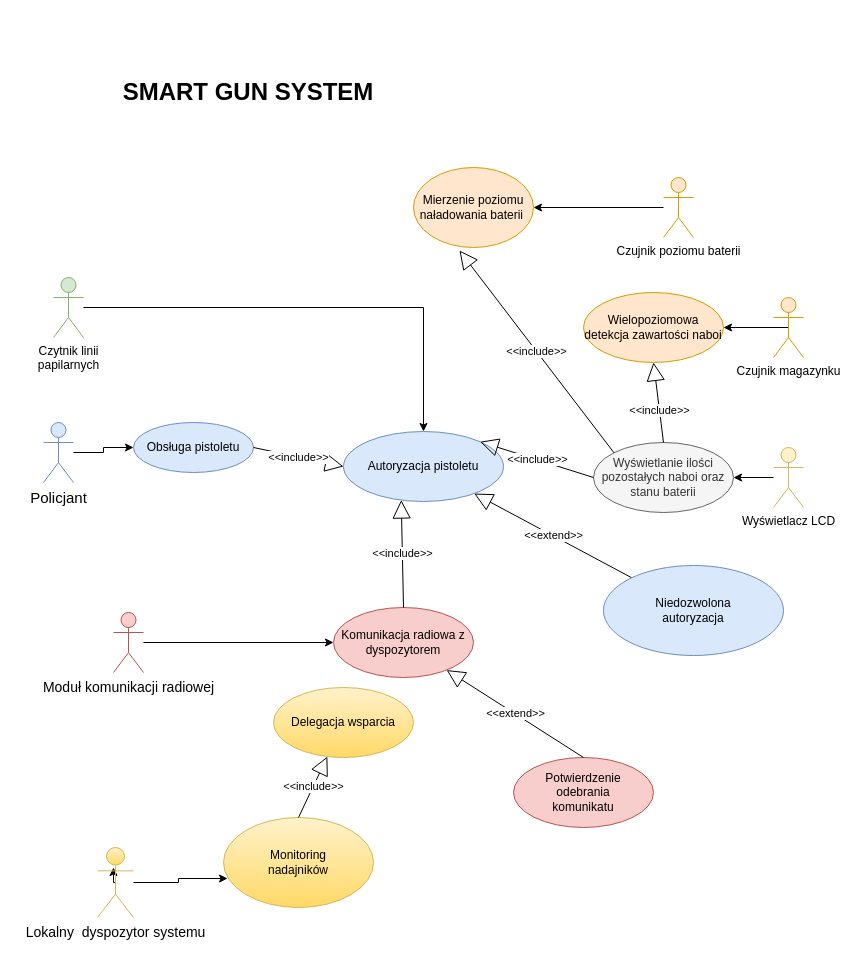
Before: smart_gun.drawio in mardyr/UML-and-diagrams, a draw.io diagram. Source tidied: cells renumbered, new cells numbered last; positions are measured from the earlier drawing's top-left corner, leaving out a move shared by most shapes. Both pictures are drawn from the tidied source at 100%, with x=0, y=0 at pixel (43, 67).
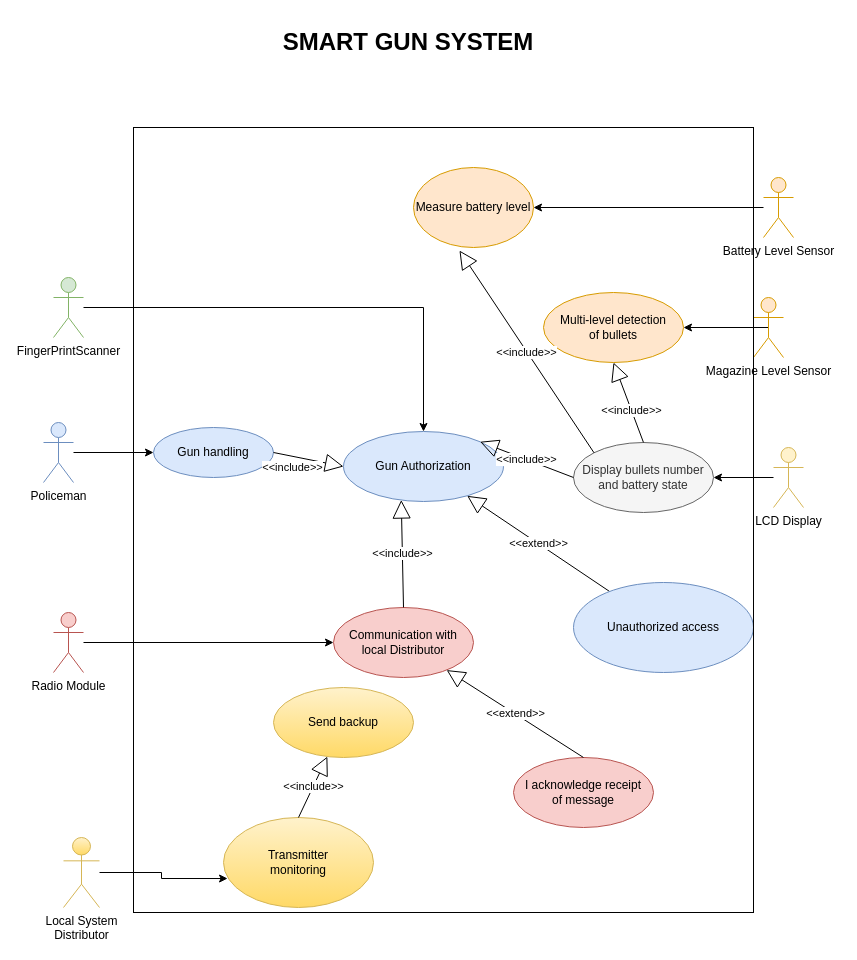
The same diagram, later.

Change to the diagram source:
```diff
@@
     <mxCell id="2" value="&lt;font style=&quot;font-size: 24px&quot;&gt;&lt;b&gt;&lt;font style=&quot;font-size: 24px&quot;&gt;SMART GUN SYSTEM&lt;/font&gt;&lt;/b&gt;&lt;/font&gt;" style="text;html=1;strokeColor=none;fillColor=none;align=center;verticalAlign=middle;whiteSpace=wrap;rounded=0;" parent="1" vertex="1">
-      <mxGeometry x="20" width="370" height="50" as="geometry" />
+      <mxGeometry x="180" y="-50" width="370" height="50" as="geometry" />
     </mxCell>
@@
-    <mxCell id="4" value="&lt;font style=&quot;font-size: 15px&quot;&gt;Policjant&lt;/font&gt;" style="shape=umlActor;verticalLabelPosition=bottom;verticalAlign=top;html=1;outlineConnect=0;fillColor=#dae8fc;strokeColor=#6c8ebf;" parent="1" vertex="1">
+    <mxCell id="4" value="Policeman" style="shape=umlActor;verticalLabelPosition=bottom;verticalAlign=top;html=1;outlineConnect=0;fillColor=#dae8fc;strokeColor=#6c8ebf;" parent="1" vertex="1">
       <mxGeometry y="355" width="30" height="60" as="geometry" />
     </mxCell>
-    <mxCell id="5" value="Obsługa pistoletu" style="ellipse;whiteSpace=wrap;html=1;fillColor=#dae8fc;strokeColor=#6c8ebf;" parent="1" vertex="1">
-      <mxGeometry x="90" y="355" width="120" height="50" as="geometry" />
+    <mxCell id="5" value="Gun handling" style="ellipse;whiteSpace=wrap;html=1;fillColor=#dae8fc;strokeColor=#6c8ebf;" parent="1" vertex="1">
+      <mxGeometry x="110" y="360" width="120" height="50" as="geometry" />
     </mxCell>
-    <mxCell id="6" value="Autoryzacja pistoletu" style="ellipse;whiteSpace=wrap;html=1;fillColor=#dae8fc;strokeColor=#6c8ebf;" parent="1" vertex="1">
+    <mxCell id="6" value="Gun Authorization" style="ellipse;whiteSpace=wrap;html=1;fillColor=#dae8fc;strokeColor=#6c8ebf;" parent="1" vertex="1">
       <mxGeometry x="300" y="364" width="160" height="70" as="geometry" />
     </mxCell>
     <mxCell id="7" value="&amp;lt;&amp;lt;include&amp;gt;&amp;gt;" style="endArrow=block;endSize=16;endFill=0;html=1;entryX=0;entryY=0.5;entryDx=0;entryDy=0;exitX=1;exitY=0.5;exitDx=0;exitDy=0;" parent="1" edge="1" source="5" target="6">
-      <mxGeometry relative="1" as="geometry" />
+      <mxGeometry x="-0.37" y="-11" relative="1" as="geometry" />
     </mxCell>
@@
-    <mxCell id="9" value="&lt;div&gt;Niedozwolona &lt;br&gt;&lt;/div&gt;&lt;div&gt;autoryzacja&lt;br&gt;&lt;/div&gt;" style="ellipse;whiteSpace=wrap;html=1;fillColor=#dae8fc;strokeColor=#6c8ebf;" parent="1" vertex="1">
-      <mxGeometry x="560" y="498" width="180" height="90" as="geometry" />
+    <mxCell id="9" value="Unauthorized access" style="ellipse;whiteSpace=wrap;html=1;fillColor=#dae8fc;strokeColor=#6c8ebf;" parent="1" vertex="1">
+      <mxGeometry x="530" y="515" width="180" height="90" as="geometry" />
     </mxCell>
@@
-    <mxCell id="11" style="edgeStyle=orthogonalEdgeStyle;rounded=0;jettySize=auto;html=1;exitX=0.5;exitY=0.5;exitDx=0;exitDy=0;exitPerimeter=0;" parent="1" edge="1" source="12">
-      <mxGeometry relative="1" as="geometry">
-        <mxPoint x="70" y="800" as="targetPoint" />
-      </mxGeometry>
-    </mxCell>
-    <mxCell id="12" value="&lt;font style=&quot;font-size: 14px&quot;&gt;Lokalny&amp;nbsp; dyspozytor systemu&lt;/font&gt;" style="shape=umlActor;verticalLabelPosition=bottom;verticalAlign=top;html=1;gradientColor=#ffd966;fillColor=#fff2cc;strokeColor=#d6b656;" parent="1" vertex="1">
-      <mxGeometry x="54" y="780" width="36" height="70" as="geometry" />
+    <mxCell id="12" value="&lt;div&gt;Local System &lt;br&gt;&lt;/div&gt;&lt;div&gt;Distributor&lt;/div&gt;" style="shape=umlActor;verticalLabelPosition=bottom;verticalAlign=top;html=1;gradientColor=#ffd966;fillColor=#fff2cc;strokeColor=#d6b656;" parent="1" vertex="1">
+      <mxGeometry x="20" y="770" width="36" height="70" as="geometry" />
     </mxCell>
@@
-    <mxCell id="14" value="&lt;font style=&quot;font-size: 14px&quot;&gt;Moduł komunikacji radiowej&lt;/font&gt;" style="shape=umlActor;verticalLabelPosition=bottom;verticalAlign=top;html=1;fillColor=#f8cecc;strokeColor=#b85450;" parent="1" vertex="1">
-      <mxGeometry x="70" y="545" width="30" height="60" as="geometry" />
+    <mxCell id="14" value="Radio Module" style="shape=umlActor;verticalLabelPosition=bottom;verticalAlign=top;html=1;fillColor=#f8cecc;strokeColor=#b85450;" parent="1" vertex="1">
+      <mxGeometry x="10" y="545" width="30" height="60" as="geometry" />
     </mxCell>
-    <mxCell id="15" value="Komunikacja radiowa z dyspozytorem " style="ellipse;whiteSpace=wrap;html=1;fillColor=#f8cecc;strokeColor=#b85450;" parent="1" vertex="1">
+    <mxCell id="15" value="&lt;div&gt;Communication with&lt;/div&gt;&lt;div&gt;local Distributor&lt;br&gt;&lt;/div&gt;" style="ellipse;whiteSpace=wrap;html=1;fillColor=#f8cecc;strokeColor=#b85450;" parent="1" vertex="1">
       <mxGeometry x="290" y="540" width="140" height="70" as="geometry" />
     </mxCell>
-    <mxCell id="16" value="&lt;div&gt;Potwierdzenie &lt;br&gt;&lt;/div&gt;&lt;div&gt;odebrania &lt;br&gt;&lt;/div&gt;&lt;div&gt;komunikatu&lt;br&gt;&lt;/div&gt;" style="ellipse;whiteSpace=wrap;html=1;fillColor=#f8cecc;strokeColor=#b85450;" parent="1" vertex="1">
+    <mxCell id="16" value="&lt;div&gt;I acknowledge receipt&lt;/div&gt;&lt;div&gt;of message&lt;br&gt;&lt;/div&gt;" style="ellipse;whiteSpace=wrap;html=1;fillColor=#f8cecc;strokeColor=#b85450;" parent="1" vertex="1">
       <mxGeometry x="470" y="690" width="140" height="70" as="geometry" />
     </mxCell>
@@
-    <mxCell id="18" value="Czujnik magazynku" style="shape=umlActor;verticalLabelPosition=bottom;verticalAlign=top;html=1;fillColor=#ffe6cc;strokeColor=#d79b00;" parent="1" vertex="1">
-      <mxGeometry x="730" y="230" width="30" height="60" as="geometry" />
+    <mxCell id="18" value="Magazine Level Sensor" style="shape=umlActor;verticalLabelPosition=bottom;verticalAlign=top;html=1;fillColor=#ffe6cc;strokeColor=#d79b00;" parent="1" vertex="1">
+      <mxGeometry x="710" y="230" width="30" height="60" as="geometry" />
     </mxCell>
@@
-    <mxCell id="20" value="Wyświetlacz LCD " style="shape=umlActor;verticalLabelPosition=bottom;verticalAlign=top;html=1;fillColor=#fff2cc;strokeColor=#d6b656;" parent="1" vertex="1">
+    <mxCell id="20" value="LCD Display" style="shape=umlActor;verticalLabelPosition=bottom;verticalAlign=top;html=1;fillColor=#fff2cc;strokeColor=#d6b656;" parent="1" vertex="1">
       <mxGeometry x="730" y="380" width="30" height="60" as="geometry" />
     </mxCell>
-    <mxCell id="21" value="&lt;div&gt;Wielopoziomowa &lt;br&gt;&lt;/div&gt;&lt;div&gt;detekcja zawartości naboi&lt;br&gt;&lt;/div&gt;" style="ellipse;whiteSpace=wrap;html=1;fillColor=#ffe6cc;strokeColor=#d79b00;" parent="1" vertex="1">
-      <mxGeometry x="540" y="225" width="140" height="70" as="geometry" />
+    <mxCell id="21" value="&lt;div&gt;Multi-level detection&lt;/div&gt;&lt;div&gt;of bullets&lt;br&gt;&lt;/div&gt;" style="ellipse;whiteSpace=wrap;html=1;fillColor=#ffe6cc;strokeColor=#d79b00;" parent="1" vertex="1">
+      <mxGeometry x="500" y="225" width="140" height="70" as="geometry" />
     </mxCell>
-    <mxCell id="22" value="&lt;div&gt;Wyświetlanie ilości pozostałych naboi oraz &lt;br&gt;&lt;/div&gt;stanu baterii" style="ellipse;whiteSpace=wrap;html=1;fillColor=#f5f5f5;strokeColor=#666666;fontColor=#333333;rotation=0;" parent="1" vertex="1">
-      <mxGeometry x="550" y="375" width="140" height="70" as="geometry" />
+    <mxCell id="22" value="&lt;div&gt;Display bullets number &lt;br&gt;&lt;/div&gt;&lt;div&gt;and battery state&lt;br&gt;&lt;/div&gt;" style="ellipse;whiteSpace=wrap;html=1;fillColor=#f5f5f5;strokeColor=#666666;fontColor=#333333;rotation=0;" parent="1" vertex="1">
+      <mxGeometry x="530" y="375" width="140" height="70" as="geometry" />
     </mxCell>
@@
-    <mxCell id="24" value="&lt;div&gt;Monitoring &lt;br&gt;&lt;/div&gt;&lt;div&gt;nadajników&lt;br&gt;&lt;/div&gt;" style="ellipse;whiteSpace=wrap;html=1;gradientColor=#ffd966;fillColor=#fff2cc;strokeColor=#d6b656;" parent="1" vertex="1">
+    <mxCell id="24" value="&lt;div&gt;Transmitter&lt;/div&gt;&lt;div&gt;monitoring&lt;br&gt;&lt;/div&gt;" style="ellipse;whiteSpace=wrap;html=1;gradientColor=#ffd966;fillColor=#fff2cc;strokeColor=#d6b656;" parent="1" vertex="1">
       <mxGeometry x="180" y="750" width="150" height="90" as="geometry" />
     </mxCell>
-    <mxCell id="25" value="Delegacja wsparcia" style="ellipse;whiteSpace=wrap;html=1;gradientColor=#ffd966;fillColor=#fff2cc;strokeColor=#d6b656;" parent="1" vertex="1">
+    <mxCell id="25" value="Send backup" style="ellipse;whiteSpace=wrap;html=1;gradientColor=#ffd966;fillColor=#fff2cc;strokeColor=#d6b656;" parent="1" vertex="1">
       <mxGeometry x="230" y="620" width="140" height="70" as="geometry" />
     </mxCell>
@@
-    <mxCell id="28" value="Czujnik poziomu baterii" style="shape=umlActor;verticalLabelPosition=bottom;verticalAlign=top;html=1;outlineConnect=0;fillColor=#ffe6cc;strokeColor=#d79b00;" parent="1" vertex="1">
-      <mxGeometry x="620" y="110" width="30" height="60" as="geometry" />
+    <mxCell id="28" value="Battery Level Sensor" style="shape=umlActor;verticalLabelPosition=bottom;verticalAlign=top;html=1;outlineConnect=0;fillColor=#ffe6cc;strokeColor=#d79b00;" parent="1" vertex="1">
+      <mxGeometry x="720" y="110" width="30" height="60" as="geometry" />
     </mxCell>
-    <mxCell id="29" value="Mierzenie poziomu naładowania baterii&amp;nbsp; " style="ellipse;whiteSpace=wrap;html=1;fillColor=#ffe6cc;strokeColor=#d79b00;" parent="1" vertex="1">
+    <mxCell id="29" value="Measure battery level" style="ellipse;whiteSpace=wrap;html=1;fillColor=#ffe6cc;strokeColor=#d79b00;" parent="1" vertex="1">
       <mxGeometry x="370" y="100" width="120" height="80" as="geometry" />
     </mxCell>
@@
-    <mxCell id="35" value="&lt;div&gt;Czytnik linii&lt;/div&gt;&lt;div&gt;papilarnych&lt;br&gt;&lt;/div&gt;" style="shape=umlActor;verticalLabelPosition=bottom;verticalAlign=top;html=1;outlineConnect=0;fillColor=#d5e8d4;strokeColor=#82b366;" parent="1" vertex="1">
+    <mxCell id="35" value="FingerPrintScanner" style="shape=umlActor;verticalLabelPosition=bottom;verticalAlign=top;html=1;outlineConnect=0;fillColor=#d5e8d4;strokeColor=#82b366;" parent="1" vertex="1">
       <mxGeometry x="10" y="210" width="30" height="60" as="geometry" />
     </mxCell>
+    <mxCell id="36" style="rounded=0;whiteSpace=wrap;html=1;fillOpacity=0;" parent="1" vertex="1">
+      <mxGeometry x="90" y="60" width="620" height="785" as="geometry" />
+    </mxCell>
```
